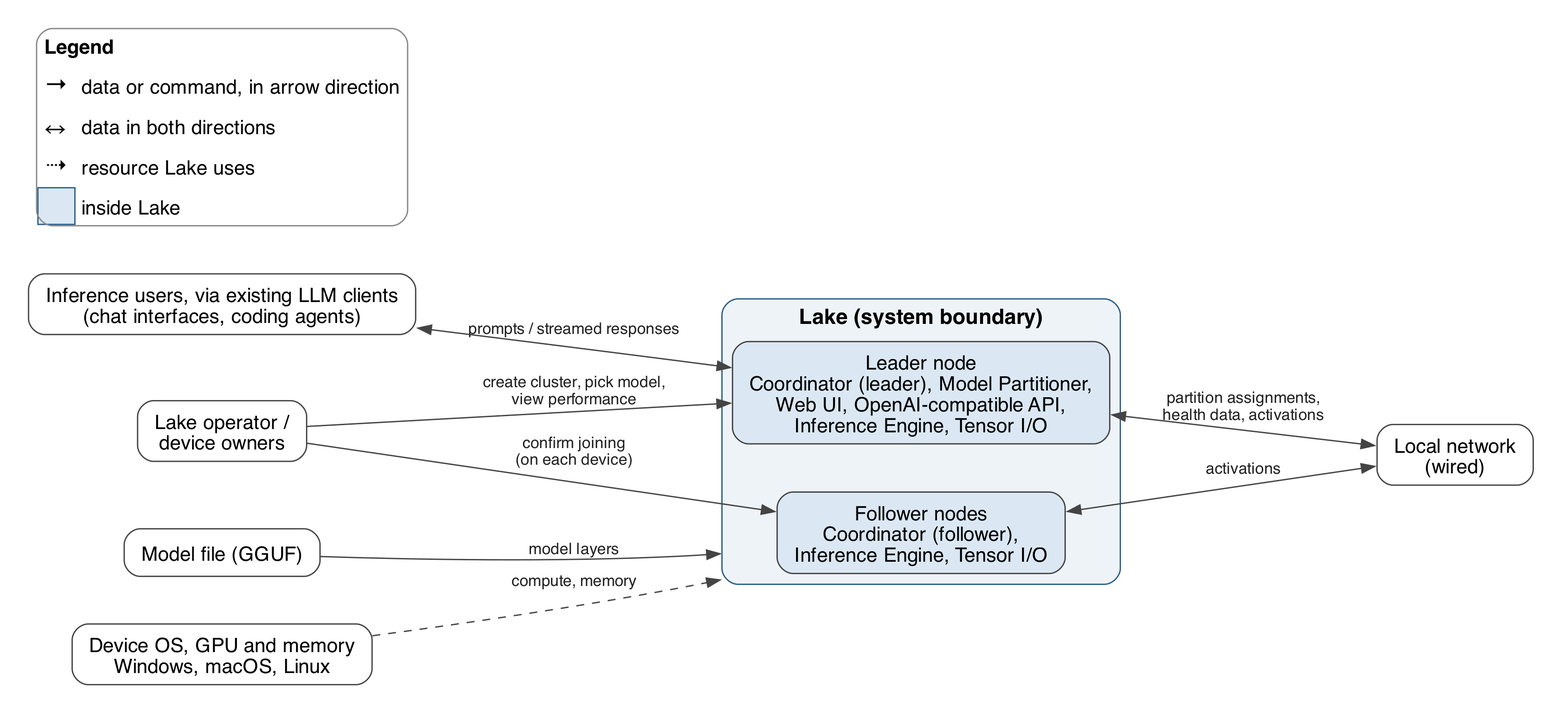
Before: docs/SRS/context_diagram.png, a diagram exported from Graphviz (capstoneCEGJM/Lake). Its source is kept beside it as docs/SRS/figures/context_diagram.dot.
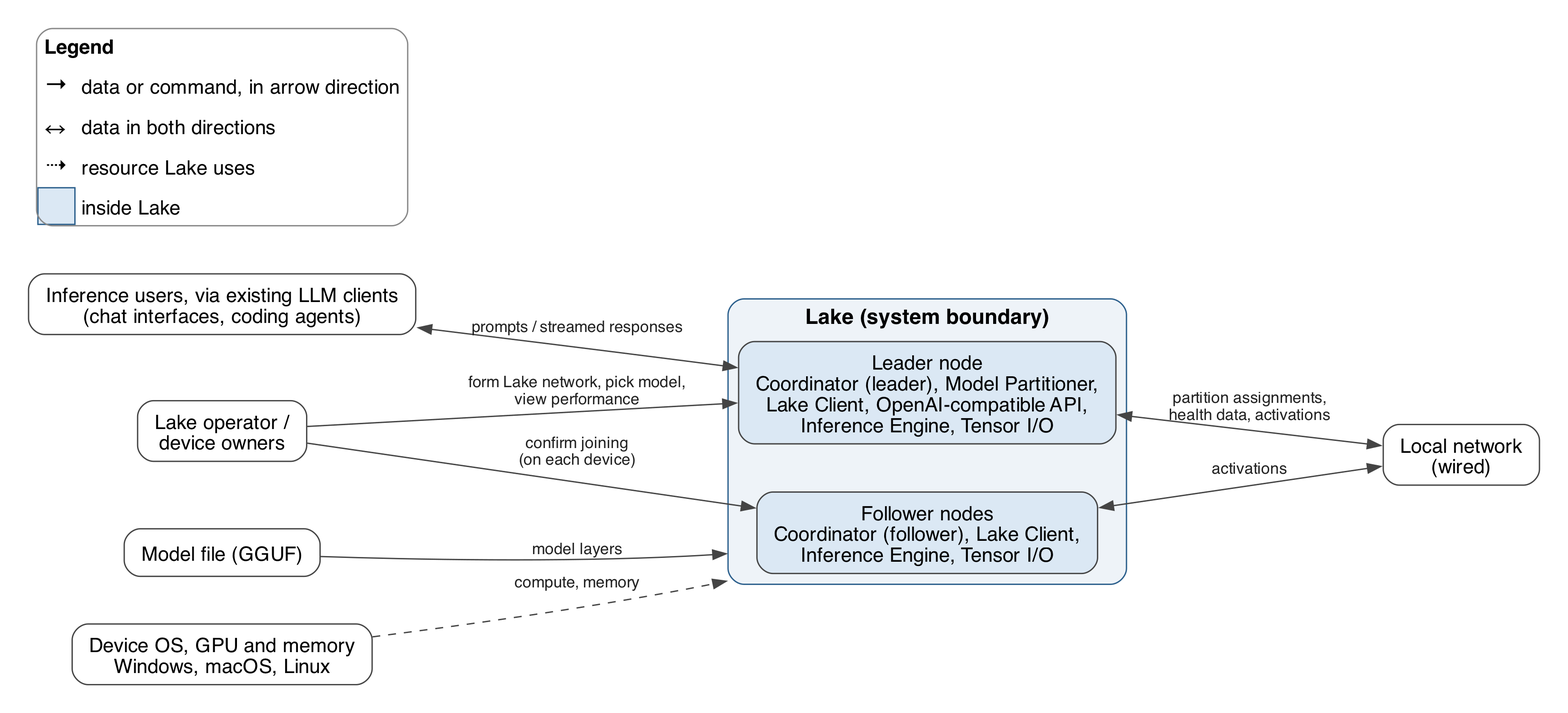
Later version of the same file.

Diff of the diagram source:
```diff
@@ -15,8 +15,8 @@
     style="rounded,filled";
     fillcolor="#eef3f8";
     color="#2b5f8c";
-    leader   [label="Leader node\nCoordinator (leader), Model Partitioner,\nWeb UI, OpenAI-compatible API,\nInference Engine, Tensor I/O", fillcolor="#dbe8f4"];
-    follower [label="Follower nodes\nCoordinator (follower),\nInference Engine, Tensor I/O", fillcolor="#dbe8f4"];
+    leader   [label="Leader node\nCoordinator (leader), Model Partitioner,\nLake Client, OpenAI-compatible API,\nInference Engine, Tensor I/O", fillcolor="#dbe8f4"];
+    follower [label="Follower nodes\nCoordinator (follower), Lake Client,\nInference Engine, Tensor I/O", fillcolor="#dbe8f4"];
     { rank=same; leader; follower; }
   }
 
@@ -26,7 +26,7 @@
   devices [label="Device OS, GPU and memory\nWindows, macOS, Linux"];
   network [label="Local network\n(wired)"];
 
-  user  -> leader   [label="create cluster, pick model,\nview performance"];
+  user  -> leader   [label="form Lake network, pick model,\nview performance"];
   user  -> follower [label="confirm joining\n(on each device)"];
   tools -> leader   [label="prompts / streamed responses", dir=both];
   leader   -> network  [label="partition assignments,\nhealth data, activations", dir=both];
```
